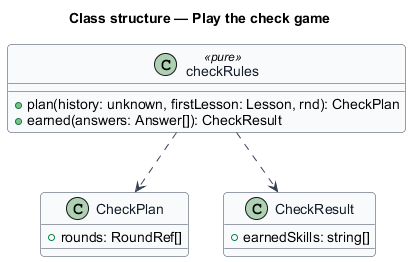
Earlier version of the PlantUML export docs/detailed-designs/lessons/check-game/diagrams/class.png (QuinntyneBrown/pibbo).
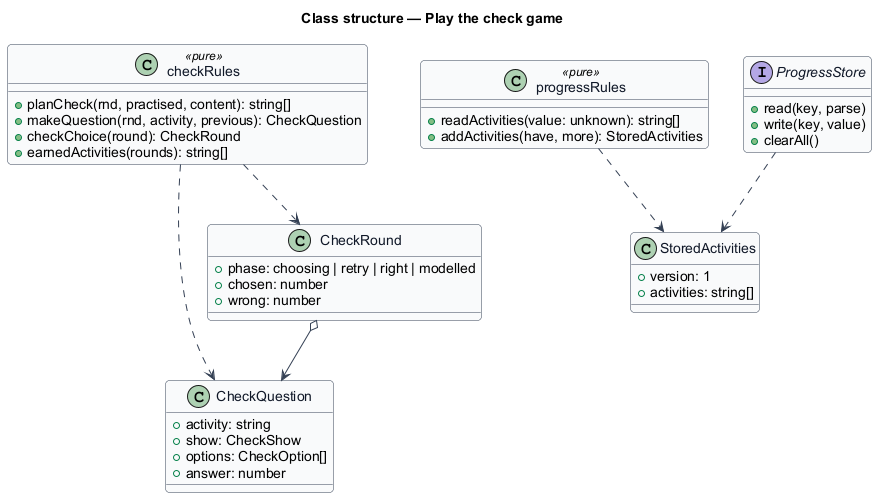
Above is the later version.

The edit, as a diff of the source:
```diff
@@ -11,16 +11,39 @@
 }
 title Class structure — Play the check game
 
-class CheckPlan {
-  +rounds: RoundRef[]
+class CheckQuestion {
+  +activity: string
+  +show: CheckShow
+  +options: CheckOption[]
+  +answer: number
 }
-class CheckResult {
-  +earnedSkills: string[]
+class CheckRound {
+  +phase: choosing | retry | right | modelled
+  +chosen: number
+  +wrong: number
+}
+class StoredActivities {
+  +version: 1
+  +activities: string[]
 }
 class checkRules <<pure>> {
-  +plan(history: unknown, firstLesson: Lesson, rnd): CheckPlan
-  +earned(answers: Answer[]): CheckResult
+  +planCheck(rnd, practised, content): string[]
+  +makeQuestion(rnd, activity, previous): CheckQuestion
+  +checkChoice(round): CheckRound
+  +earnedActivities(rounds): string[]
 }
-checkRules ..> CheckPlan
-checkRules ..> CheckResult
+class progressRules <<pure>> {
+  +readActivities(value: unknown): string[]
+  +addActivities(have, more): StoredActivities
+}
+interface ProgressStore {
+  +read(key, parse)
+  +write(key, value)
+  +clearAll()
+}
+checkRules ..> CheckQuestion
+checkRules ..> CheckRound
+CheckRound o--> CheckQuestion
+progressRules ..> StoredActivities
+ProgressStore ..> StoredActivities
 @enduml
```
